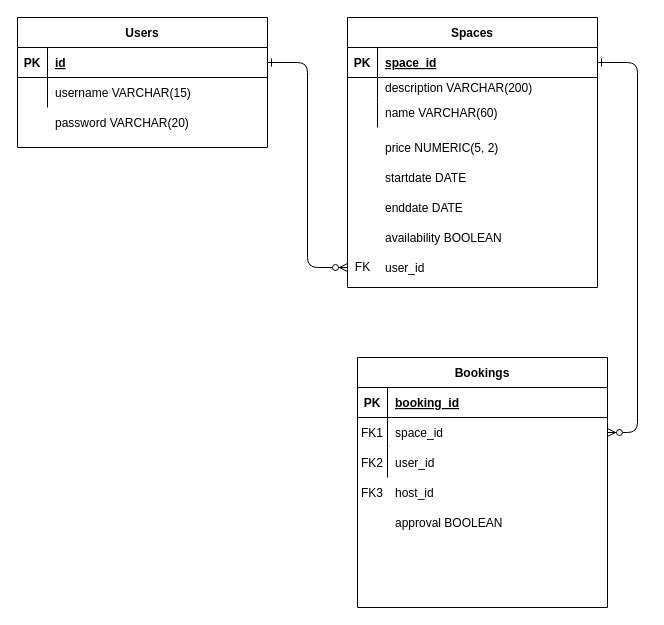
deborahadebiyi/Makersbnb keeps this draw.io diagram as Untitled Diagram.drawio. Above is the earlier version. Source tidied: cells renumbered, new cells numbered last; positions are measured from the earlier drawing's top-left corner, leaving out a move shared by most shapes. Both pictures are drawn from the tidied source at 100%, with x=0, y=0 at pixel (17, 17).
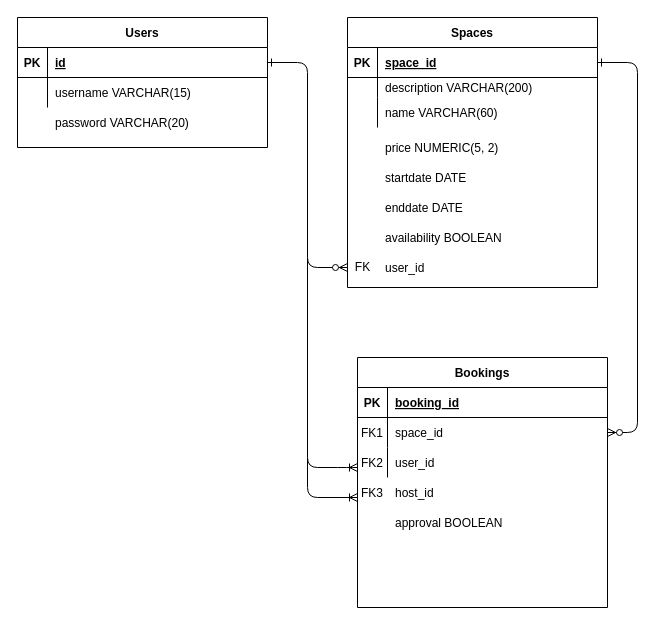
After the change.

Unchanged cells that the change refers to:
```xml
<mxCell id="25" style="shape=partialRectangle;fillColor=none;points=[[0,0.5],[1,0.5]];portConstraint=eastwest;top=0;left=0;right=0;bottom=1;" parent="24" vertex="1">
  <mxGeometry y="30" width="250" height="30" as="geometry" />
</mxCell>
<mxCell id="39" value="FK" style="text;html=1;align=center;verticalAlign=middle;points=[];" parent="1" vertex="1">
  <mxGeometry x="330" y="240" width="30" height="20" as="geometry" />
</mxCell>
```

The edit, as a diff of the source:
```diff
@@
     <mxCell id="2" style="edgeStyle=orthogonalEdgeStyle;endArrow=ERzeroToMany;startArrow=ERone;endFill=1;startFill=0;entryX=0;entryY=0.5;entryDx=0;entryDy=0;entryPerimeter=0;" parent="1" edge="1" source="25" target="39">
-      <mxGeometry relative="1" as="geometry">
-        <Array as="points">
-          <mxPoint x="290" y="45" />
-          <mxPoint x="290" y="250" />
-        </Array>
-      </mxGeometry>
+      <mxGeometry relative="1" as="geometry" />
     </mxCell>
@@
+    <mxCell id="44" style="edgeStyle=orthogonalEdgeStyle;fontSize=12;html=1;endArrow=ERoneToMany;" parent="1" edge="1">
+      <mxGeometry relative="1" as="geometry">
+        <mxPoint x="290" y="240" as="sourcePoint" />
+        <mxPoint x="340" y="450" as="targetPoint" />
+        <Array as="points">
+          <mxPoint x="290" y="450" />
+          <mxPoint x="330" y="450" />
+        </Array>
+      </mxGeometry>
+    </mxCell>
+    <mxCell id="45" style="edgeStyle=orthogonalEdgeStyle;fontSize=12;html=1;endArrow=ERoneToMany;" parent="1" edge="1">
+      <mxGeometry relative="1" as="geometry">
+        <mxPoint x="290" y="440" as="sourcePoint" />
+        <mxPoint x="340" y="480" as="targetPoint" />
+        <Array as="points">
+          <mxPoint x="290" y="480" />
+        </Array>
+      </mxGeometry>
+    </mxCell>
```
